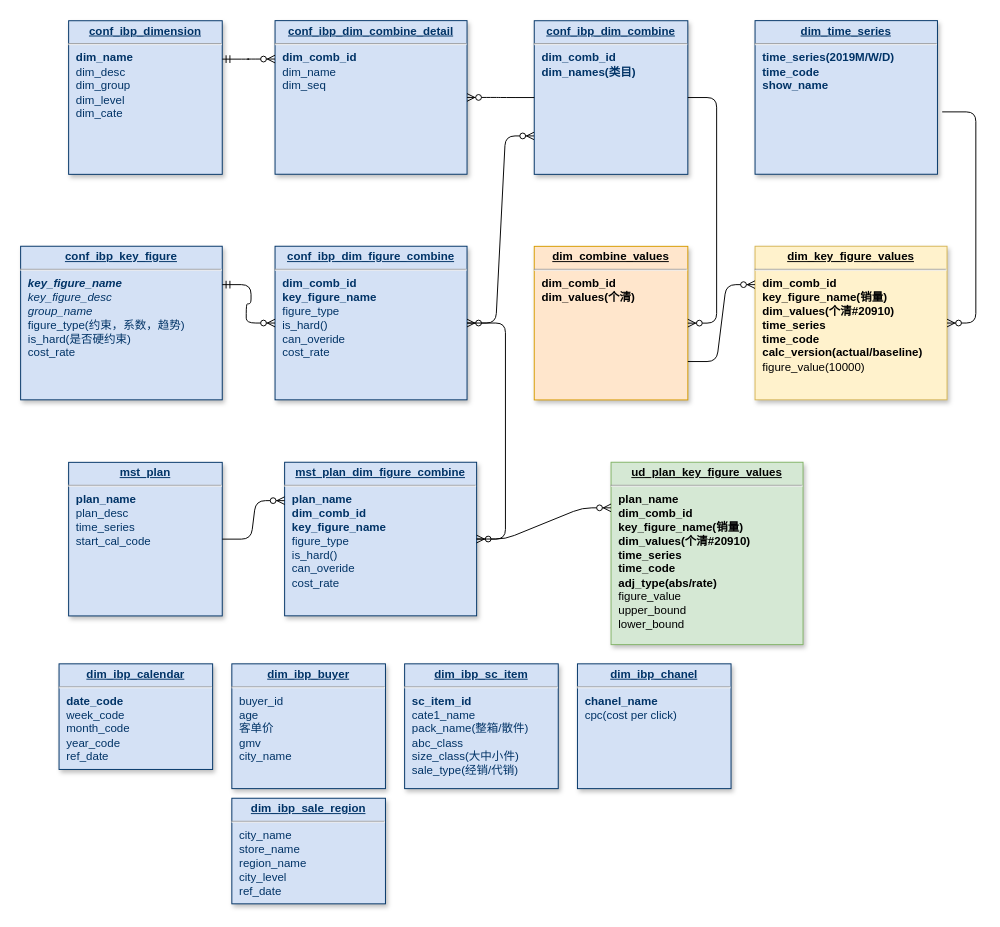
Earlier version of the draw.io diagram page "数据准备" (1 of 2) of Untitled Diagram.drawio (daminli/charts). Source tidied: cells renumbered, new cells numbered last; positions are measured from the earlier drawing's top-left corner, leaving out a move shared by most shapes. Both pictures are drawn from the tidied source at 96%, with x=0, y=0 at pixel (20, 20).
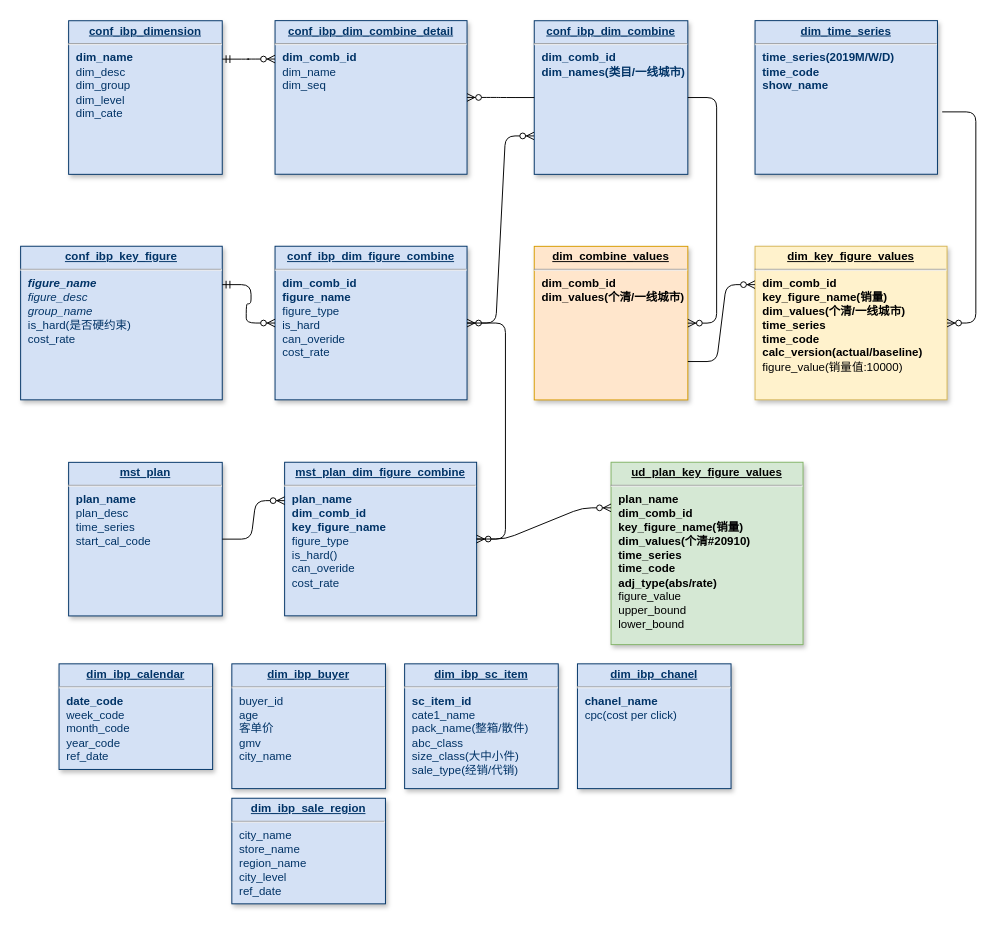
The same page after the edit.

Diff of the diagram source:
```diff
@@
-    <mxCell id="6" value="&lt;p style=&quot;margin: 0px ; margin-top: 4px ; text-align: center ; text-decoration: underline&quot;&gt;&lt;b&gt;conf_ibp_key_figure&lt;/b&gt;&lt;/p&gt;&lt;hr&gt;&lt;p style=&quot;margin: 0px ; margin-left: 8px&quot;&gt;&lt;i&gt;&lt;b&gt;key_figure_name&lt;/b&gt;&lt;/i&gt;&lt;br&gt;&lt;/p&gt;&lt;p style=&quot;margin: 0px ; margin-left: 8px&quot;&gt;&lt;i&gt;key_figure_desc&lt;/i&gt;&lt;/p&gt;&lt;p style=&quot;margin: 0px ; margin-left: 8px&quot;&gt;&lt;i&gt;group_name&lt;/i&gt;&lt;/p&gt;&lt;p style=&quot;margin: 0px ; margin-left: 8px&quot;&gt;&lt;span&gt;figure_type(约束，系数，趋势)&lt;/span&gt;&lt;/p&gt;&lt;p style=&quot;margin: 0px ; margin-left: 8px&quot;&gt;is_hard(是否硬约束)&lt;/p&gt;&lt;p style=&quot;margin: 0px ; margin-left: 8px&quot;&gt;cost_rate&lt;/p&gt;" style="verticalAlign=top;align=left;overflow=fill;fontSize=12;fontFamily=Helvetica;html=1;strokeColor=#003366;shadow=1;fillColor=#D4E1F5;fontColor=#003366;" parent="1" vertex="1">
+    <mxCell id="6" value="&lt;p style=&quot;margin: 0px ; margin-top: 4px ; text-align: center ; text-decoration: underline&quot;&gt;&lt;b&gt;conf_ibp_key_figure&lt;/b&gt;&lt;/p&gt;&lt;hr&gt;&lt;p style=&quot;margin: 0px ; margin-left: 8px&quot;&gt;&lt;i&gt;&lt;b&gt;figure_name&lt;/b&gt;&lt;/i&gt;&lt;br&gt;&lt;/p&gt;&lt;p style=&quot;margin: 0px ; margin-left: 8px&quot;&gt;&lt;i&gt;figure_desc&lt;/i&gt;&lt;/p&gt;&lt;p style=&quot;margin: 0px ; margin-left: 8px&quot;&gt;&lt;i&gt;group_name&lt;/i&gt;&lt;/p&gt;&lt;p style=&quot;margin: 0px ; margin-left: 8px&quot;&gt;is_hard(是否硬约束)&lt;/p&gt;&lt;p style=&quot;margin: 0px ; margin-left: 8px&quot;&gt;cost_rate&lt;/p&gt;" style="verticalAlign=top;align=left;overflow=fill;fontSize=12;fontFamily=Helvetica;html=1;strokeColor=#003366;shadow=1;fillColor=#D4E1F5;fontColor=#003366;" parent="1" vertex="1">
       <mxGeometry y="235" width="210" height="160" as="geometry" />
     </mxCell>
@@
-    <mxCell id="9" value="&lt;p style=&quot;margin: 0px ; margin-top: 4px ; text-align: center ; text-decoration: underline&quot;&gt;&lt;b&gt;conf_ibp_dim_figure_combine&lt;/b&gt;&lt;/p&gt;&lt;hr&gt;&lt;p style=&quot;margin: 0px ; margin-left: 8px&quot;&gt;&lt;span&gt;&lt;b&gt;dim_comb_id&lt;/b&gt;&lt;/span&gt;&lt;br&gt;&lt;/p&gt;&lt;p style=&quot;margin: 0px ; margin-left: 8px&quot;&gt;&lt;b&gt;key_figure_name&lt;/b&gt;&lt;/p&gt;&lt;p style=&quot;margin: 0px ; margin-left: 8px&quot;&gt;figure_type&lt;/p&gt;&lt;p style=&quot;margin: 0px ; margin-left: 8px&quot;&gt;is_hard()&lt;/p&gt;&lt;p style=&quot;margin: 0px ; margin-left: 8px&quot;&gt;can_overide&lt;/p&gt;&lt;p style=&quot;margin: 0px ; margin-left: 8px&quot;&gt;cost_rate&lt;/p&gt;" style="verticalAlign=top;align=left;overflow=fill;fontSize=12;fontFamily=Helvetica;html=1;strokeColor=#003366;shadow=1;fillColor=#D4E1F5;fontColor=#003366;" parent="1" vertex="1">
+    <mxCell id="9" value="&lt;p style=&quot;margin: 0px ; margin-top: 4px ; text-align: center ; text-decoration: underline&quot;&gt;&lt;b&gt;conf_ibp_dim_figure_combine&lt;/b&gt;&lt;/p&gt;&lt;hr&gt;&lt;p style=&quot;margin: 0px ; margin-left: 8px&quot;&gt;&lt;span&gt;&lt;b&gt;dim_comb_id&lt;/b&gt;&lt;/span&gt;&lt;br&gt;&lt;/p&gt;&lt;p style=&quot;margin: 0px ; margin-left: 8px&quot;&gt;&lt;b&gt;figure_name&lt;/b&gt;&lt;br&gt;&lt;/p&gt;&lt;p style=&quot;margin: 0px ; margin-left: 8px&quot;&gt;figure_type&lt;/p&gt;&lt;p style=&quot;margin: 0px ; margin-left: 8px&quot;&gt;is_hard&lt;/p&gt;&lt;p style=&quot;margin: 0px ; margin-left: 8px&quot;&gt;can_overide&lt;/p&gt;&lt;p style=&quot;margin: 0px ; margin-left: 8px&quot;&gt;cost_rate&lt;/p&gt;" style="verticalAlign=top;align=left;overflow=fill;fontSize=12;fontFamily=Helvetica;html=1;strokeColor=#003366;shadow=1;fillColor=#D4E1F5;fontColor=#003366;" parent="1" vertex="1">
       <mxGeometry x="265" y="235" width="200" height="160" as="geometry" />
     </mxCell>
@@
-    <mxCell id="13" value="&lt;p style=&quot;margin: 0px ; margin-top: 4px ; text-align: center ; text-decoration: underline&quot;&gt;&lt;b&gt;dim_combine_values&lt;/b&gt;&lt;/p&gt;&lt;hr&gt;&lt;p style=&quot;margin: 0px ; margin-left: 8px&quot;&gt;&lt;span&gt;&lt;b&gt;dim_comb_id&lt;/b&gt;&lt;/span&gt;&lt;/p&gt;&lt;p style=&quot;margin: 0px ; margin-left: 8px&quot;&gt;&lt;b&gt;dim_values(个清)&lt;/b&gt;&lt;/p&gt;" style="verticalAlign=top;align=left;overflow=fill;fontSize=12;fontFamily=Helvetica;html=1;strokeColor=#d79b00;shadow=1;fillColor=#ffe6cc;" parent="1" vertex="1">
+    <mxCell id="13" value="&lt;p style=&quot;margin: 0px ; margin-top: 4px ; text-align: center ; text-decoration: underline&quot;&gt;&lt;b&gt;dim_combine_values&lt;/b&gt;&lt;/p&gt;&lt;hr&gt;&lt;p style=&quot;margin: 0px ; margin-left: 8px&quot;&gt;&lt;span&gt;&lt;b&gt;dim_comb_id&lt;/b&gt;&lt;/span&gt;&lt;/p&gt;&lt;p style=&quot;margin: 0px ; margin-left: 8px&quot;&gt;&lt;b&gt;dim_values(个清/一线城市)&lt;/b&gt;&lt;/p&gt;" style="verticalAlign=top;align=left;overflow=fill;fontSize=12;fontFamily=Helvetica;html=1;strokeColor=#d79b00;shadow=1;fillColor=#ffe6cc;" parent="1" vertex="1">
       <mxGeometry x="535" y="235.1" width="160" height="160" as="geometry" />
     </mxCell>
-    <mxCell id="14" value="&lt;p style=&quot;margin: 0px ; margin-top: 4px ; text-align: center ; text-decoration: underline&quot;&gt;&lt;b&gt;dim_key_figure_values&lt;/b&gt;&lt;/p&gt;&lt;hr&gt;&lt;p style=&quot;margin: 0px ; margin-left: 8px&quot;&gt;&lt;span&gt;&lt;b&gt;dim_comb_id&lt;/b&gt;&lt;/span&gt;&lt;/p&gt;&lt;p style=&quot;margin: 0px ; margin-left: 8px&quot;&gt;&lt;span&gt;&lt;b&gt;key_figure_name(销量)&lt;/b&gt;&lt;/span&gt;&lt;/p&gt;&lt;p style=&quot;margin: 0px ; margin-left: 8px&quot;&gt;&lt;b&gt;dim_values(个清#20910)&lt;/b&gt;&lt;/p&gt;&lt;p style=&quot;margin: 0px ; margin-left: 8px&quot;&gt;&lt;b&gt;time_series&lt;/b&gt;&lt;/p&gt;&lt;p style=&quot;margin: 0px ; margin-left: 8px&quot;&gt;&lt;b&gt;time_code&lt;/b&gt;&lt;br&gt;&lt;/p&gt;&lt;p style=&quot;margin: 0px ; margin-left: 8px&quot;&gt;&lt;b&gt;calc_version(actual/baseline)&lt;/b&gt;&lt;/p&gt;&lt;p style=&quot;margin: 0px ; margin-left: 8px&quot;&gt;figure_value(10000)&lt;/p&gt;" style="verticalAlign=top;align=left;overflow=fill;fontSize=12;fontFamily=Helvetica;html=1;strokeColor=#d6b656;shadow=1;fillColor=#fff2cc;" parent="1" vertex="1">
+    <mxCell id="14" value="&lt;p style=&quot;margin: 0px ; margin-top: 4px ; text-align: center ; text-decoration: underline&quot;&gt;&lt;b&gt;dim_key_figure_values&lt;/b&gt;&lt;/p&gt;&lt;hr&gt;&lt;p style=&quot;margin: 0px ; margin-left: 8px&quot;&gt;&lt;span&gt;&lt;b&gt;dim_comb_id&lt;/b&gt;&lt;/span&gt;&lt;/p&gt;&lt;p style=&quot;margin: 0px ; margin-left: 8px&quot;&gt;&lt;span&gt;&lt;b&gt;key_figure_name(销量)&lt;/b&gt;&lt;/span&gt;&lt;/p&gt;&lt;p style=&quot;margin: 0px ; margin-left: 8px&quot;&gt;&lt;b&gt;dim_values(个清/一线城市)&lt;/b&gt;&lt;/p&gt;&lt;p style=&quot;margin: 0px ; margin-left: 8px&quot;&gt;&lt;b&gt;time_series&lt;/b&gt;&lt;/p&gt;&lt;p style=&quot;margin: 0px ; margin-left: 8px&quot;&gt;&lt;b&gt;time_code&lt;/b&gt;&lt;br&gt;&lt;/p&gt;&lt;p style=&quot;margin: 0px ; margin-left: 8px&quot;&gt;&lt;b&gt;calc_version(actual/baseline)&lt;/b&gt;&lt;/p&gt;&lt;p style=&quot;margin: 0px ; margin-left: 8px&quot;&gt;figure_value(销量值:10000)&lt;/p&gt;" style="verticalAlign=top;align=left;overflow=fill;fontSize=12;fontFamily=Helvetica;html=1;strokeColor=#d6b656;shadow=1;fillColor=#fff2cc;" parent="1" vertex="1">
       <mxGeometry x="765" y="235" width="200" height="160" as="geometry" />
     </mxCell>
-    <mxCell id="15" value="&lt;p style=&quot;margin: 0px ; margin-top: 4px ; text-align: center ; text-decoration: underline&quot;&gt;&lt;b&gt;conf_ibp_dim_combine&lt;/b&gt;&lt;/p&gt;&lt;hr&gt;&lt;p style=&quot;margin: 0px 0px 0px 8px&quot;&gt;&lt;b&gt;dim_comb_id&lt;/b&gt;&lt;/p&gt;&lt;p style=&quot;margin: 0px 0px 0px 8px&quot;&gt;&lt;b&gt;dim_names(类目)&lt;/b&gt;&lt;/p&gt;" style="verticalAlign=top;align=left;overflow=fill;fontSize=12;fontFamily=Helvetica;html=1;strokeColor=#003366;shadow=1;fillColor=#D4E1F5;fontColor=#003366;" parent="1" vertex="1">
+    <mxCell id="15" value="&lt;p style=&quot;margin: 0px ; margin-top: 4px ; text-align: center ; text-decoration: underline&quot;&gt;&lt;b&gt;conf_ibp_dim_combine&lt;/b&gt;&lt;/p&gt;&lt;hr&gt;&lt;p style=&quot;margin: 0px 0px 0px 8px&quot;&gt;&lt;b&gt;dim_comb_id&lt;/b&gt;&lt;/p&gt;&lt;p style=&quot;margin: 0px 0px 0px 8px&quot;&gt;&lt;b&gt;dim_names(类目/一线城市)&lt;/b&gt;&lt;/p&gt;" style="verticalAlign=top;align=left;overflow=fill;fontSize=12;fontFamily=Helvetica;html=1;strokeColor=#003366;shadow=1;fillColor=#D4E1F5;fontColor=#003366;" parent="1" vertex="1">
       <mxGeometry x="535" y="0.1" width="160" height="160" as="geometry" />
     </mxCell>
```
